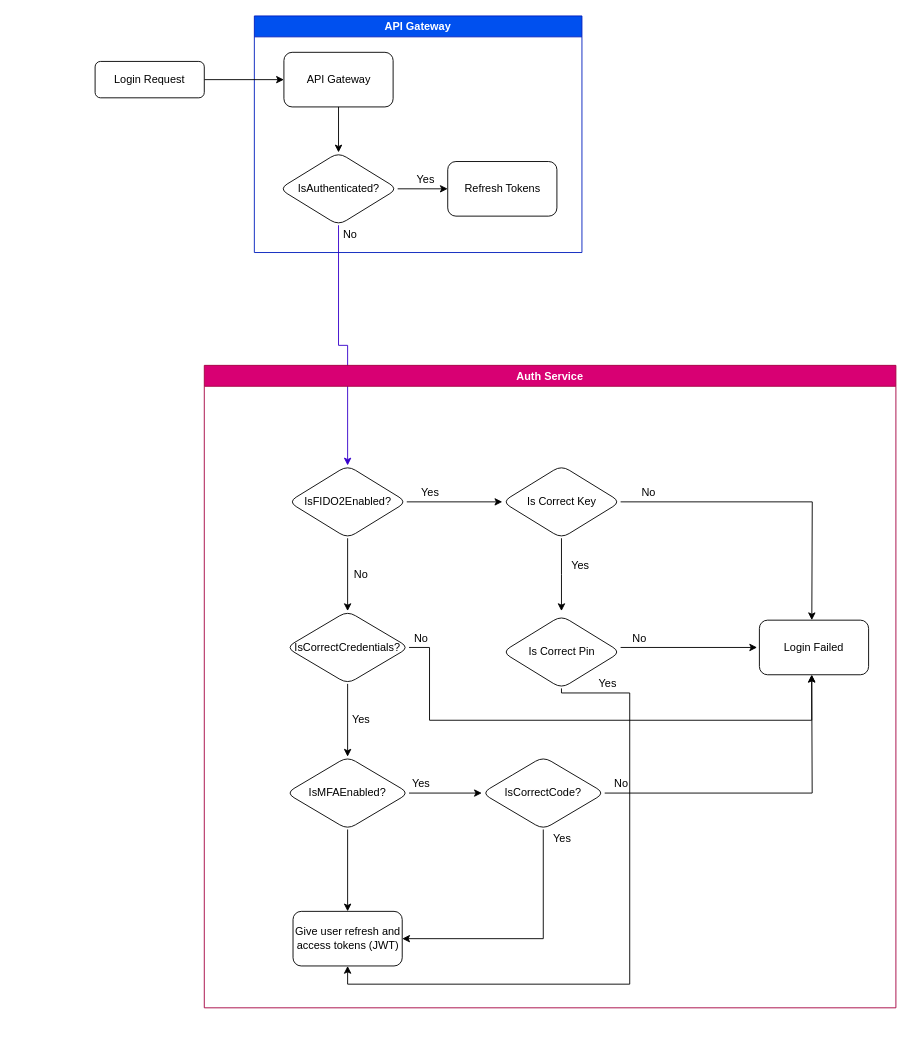
Before: login-flow.drawio in rittaschool/diagrams, a draw.io diagram. Source tidied: cells renumbered, new cells numbered last; positions are measured from the earlier drawing's top-left corner, leaving out a move shared by most shapes. Both pictures are drawn from the tidied source at 91%, with x=0, y=0 at pixel (95, 15).
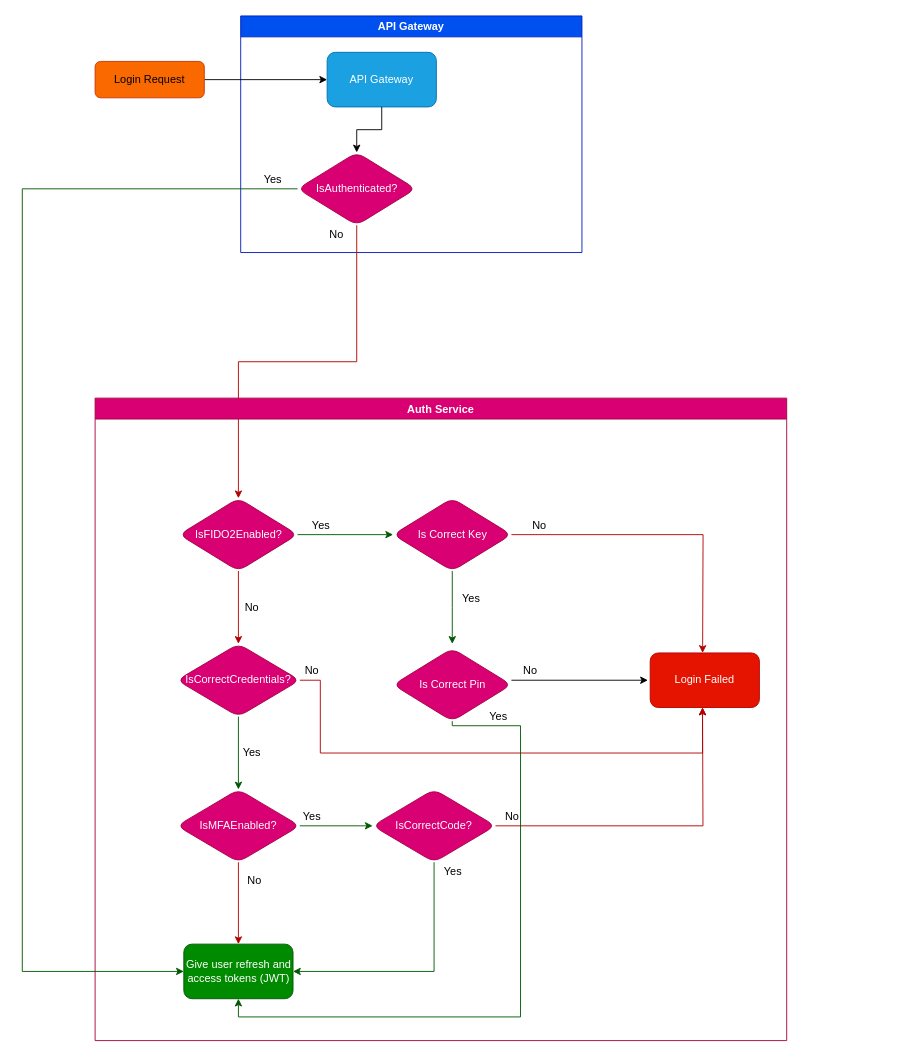
The same diagram, later.

Commit message:
Add color coding to login-flow

Change to the diagram source:
```diff
@@
     <mxCell id="2" value="API Gateway" style="swimlane;fillColor=#0050ef;strokeColor=#001DBC;strokeWidth=1;perimeterSpacing=0;labelBackgroundColor=none;shadow=0;rounded=0;startSize=23;fontColor=#ffffff;" parent="1" vertex="1">
-      <mxGeometry x="175" width="360" height="260" as="geometry" />
+      <mxGeometry x="160" width="375" height="260" as="geometry" />
     </mxCell>
-    <mxCell id="3" value="API Gateway" style="rounded=1;whiteSpace=wrap;html=1;" parent="2" vertex="1">
-      <mxGeometry x="32.5" y="40" width="120" height="60" as="geometry" />
+    <mxCell id="3" value="API Gateway" style="rounded=1;whiteSpace=wrap;html=1;fillColor=#1ba1e2;fontColor=#ffffff;strokeColor=#006EAF;" parent="2" vertex="1">
+      <mxGeometry x="95" y="40" width="120" height="60" as="geometry" />
     </mxCell>
-    <mxCell id="4" value="IsAuthenticated?" style="rhombus;whiteSpace=wrap;html=1;rounded=1;" parent="2" vertex="1">
-      <mxGeometry x="27.5" y="150" width="130" height="80" as="geometry" />
+    <mxCell id="4" value="IsAuthenticated?" style="rhombus;whiteSpace=wrap;html=1;rounded=1;fillColor=#d80073;fontColor=#ffffff;strokeColor=#A50040;" parent="2" vertex="1">
+      <mxGeometry x="62.5" y="150" width="130" height="80" as="geometry" />
     </mxCell>
@@
+    <mxCell id="9" value="No" style="text;html=1;align=center;verticalAlign=middle;strokeColor=none;fillColor=none;" parent="2" vertex="1">
+      <mxGeometry x="90" y="230" width="30" height="20" as="geometry" />
+    </mxCell>
     <mxCell id="6" value="Yes" style="text;html=1;align=center;verticalAlign=middle;strokeColor=none;fillColor=none;" parent="2" vertex="1">
-      <mxGeometry x="172.5" y="170" width="30" height="20" as="geometry" />
+      <mxGeometry x="20" y="170" width="30" height="20" as="geometry" />
     </mxCell>
-    <mxCell id="7" value="Refresh Tokens" style="whiteSpace=wrap;html=1;rounded=1;" parent="2" vertex="1">
-      <mxGeometry x="212.5" y="160" width="120" height="60" as="geometry" />
-    </mxCell>
-    <mxCell id="8" style="edgeStyle=orthogonalEdgeStyle;rounded=0;jettySize=auto;html=1;" parent="2" edge="1" source="4" target="7">
-      <mxGeometry relative="1" as="geometry" />
-    </mxCell>
-    <mxCell id="9" value="No" style="text;html=1;align=center;verticalAlign=middle;strokeColor=none;fillColor=none;" parent="2" vertex="1">
-      <mxGeometry x="90" y="230" width="30" height="20" as="geometry" />
-    </mxCell>
@@
-    <mxCell id="11" value="Login Request" style="rounded=1;whiteSpace=wrap;html=1;fontSize=12;glass=0;strokeWidth=1;shadow=0;" parent="1" vertex="1">
+    <mxCell id="11" value="Login Request" style="rounded=1;whiteSpace=wrap;html=1;fontSize=12;glass=0;strokeWidth=1;shadow=0;fillColor=#fa6800;fontColor=#000000;strokeColor=#C73500;" parent="1" vertex="1">
       <mxGeometry y="50" width="120" height="40" as="geometry" />
     </mxCell>
-    <mxCell id="12" style="edgeStyle=orthogonalEdgeStyle;rounded=0;jettySize=auto;html=1;fillColor=#6a00ff;strokeColor=#3700CC;" parent="1" edge="1" source="4" target="14">
+    <mxCell id="12" style="edgeStyle=orthogonalEdgeStyle;rounded=0;jettySize=auto;html=1;fillColor=#e51400;strokeColor=#B20000;" parent="1" edge="1" source="4" target="14">
       <mxGeometry relative="1" as="geometry" />
     </mxCell>
     <mxCell id="13" value="Auth Service" style="swimlane;rounded=0;shadow=0;labelBackgroundColor=none;strokeWidth=1;fillColor=#d80073;fontColor=#ffffff;strokeColor=#A50040;" parent="1" vertex="1">
-      <mxGeometry x="120" y="384" width="760" height="706" as="geometry" />
+      <mxGeometry y="420" width="760" height="706" as="geometry" />
     </mxCell>
-    <mxCell id="14" value="IsFIDO2Enabled?" style="rhombus;whiteSpace=wrap;html=1;rounded=1;" parent="13" vertex="1">
+    <mxCell id="14" value="IsFIDO2Enabled?" style="rhombus;whiteSpace=wrap;html=1;rounded=1;fillColor=#d80073;fontColor=#ffffff;strokeColor=#A50040;" parent="13" vertex="1">
       <mxGeometry x="92.5" y="110" width="130" height="80" as="geometry" />
     </mxCell>
@@
-    <mxCell id="16" style="edgeStyle=orthogonalEdgeStyle;rounded=0;jettySize=auto;html=1;" parent="13" edge="1" source="18">
+    <mxCell id="16" style="edgeStyle=orthogonalEdgeStyle;rounded=0;jettySize=auto;html=1;fillColor=#e51400;strokeColor=#B20000;" parent="13" edge="1" source="18">
       <mxGeometry relative="1" as="geometry">
         <mxPoint x="667.6" y="280" as="targetPoint" />
       </mxGeometry>
     </mxCell>
-    <mxCell id="17" style="edgeStyle=orthogonalEdgeStyle;rounded=0;jettySize=auto;html=1;" parent="13" edge="1" source="18">
+    <mxCell id="17" style="edgeStyle=orthogonalEdgeStyle;rounded=0;jettySize=auto;html=1;fillColor=#008a00;strokeColor=#005700;" parent="13" edge="1" source="18">
       <mxGeometry relative="1" as="geometry">
         <mxPoint x="392.5" y="270" as="targetPoint" />
       </mxGeometry>
     </mxCell>
-    <mxCell id="18" value="Is Correct Key" style="rhombus;whiteSpace=wrap;html=1;rounded=1;" parent="13" vertex="1">
+    <mxCell id="18" value="Is Correct Key" style="rhombus;whiteSpace=wrap;html=1;rounded=1;fillColor=#d80073;fontColor=#ffffff;strokeColor=#A50040;" parent="13" vertex="1">
       <mxGeometry x="327.5" y="110" width="130" height="80" as="geometry" />
     </mxCell>
-    <mxCell id="19" style="edgeStyle=orthogonalEdgeStyle;rounded=0;jettySize=auto;html=1;exitX=1;exitY=0.5;exitDx=0;exitDy=0;entryX=0;entryY=0.5;entryDx=0;entryDy=0;" parent="13" edge="1" source="14" target="18">
+    <mxCell id="19" style="edgeStyle=orthogonalEdgeStyle;rounded=0;jettySize=auto;html=1;exitX=1;exitY=0.5;exitDx=0;exitDy=0;entryX=0;entryY=0.5;entryDx=0;entryDy=0;fillColor=#008a00;strokeColor=#005700;" parent="13" edge="1" source="14" target="18">
       <mxGeometry relative="1" as="geometry" />
     </mxCell>
@@
-    <mxCell id="22" value="Is Correct Pin" style="rhombus;whiteSpace=wrap;html=1;rounded=1;" parent="13" vertex="1">
+    <mxCell id="22" value="Is Correct Pin" style="rhombus;whiteSpace=wrap;html=1;rounded=1;fillColor=#d80073;fontColor=#ffffff;strokeColor=#A50040;" parent="13" vertex="1">
       <mxGeometry x="327.5" y="275" width="130" height="80" as="geometry" />
     </mxCell>
@@
-    <mxCell id="25" style="edgeStyle=orthogonalEdgeStyle;rounded=0;jettySize=auto;html=1;exitX=1;exitY=0.5;exitDx=0;exitDy=0;entryX=0.5;entryY=1;entryDx=0;entryDy=0;" parent="13" edge="1" source="26">
+    <mxCell id="25" style="edgeStyle=orthogonalEdgeStyle;rounded=0;jettySize=auto;html=1;exitX=1;exitY=0.5;exitDx=0;exitDy=0;entryX=0.5;entryY=1;entryDx=0;entryDy=0;fillColor=#e51400;strokeColor=#B20000;" parent="13" edge="1" source="26">
       <mxGeometry relative="1" as="geometry">
         <mxPoint x="667.5" y="340" as="targetPoint" />
         <Array as="points">
           <mxPoint x="247.5" y="310" />
           <mxPoint x="247.5" y="390" />
           <mxPoint x="667.5" y="390" />
         </Array>
       </mxGeometry>
     </mxCell>
-    <mxCell id="26" value="IsCorrectCredentials?" style="rhombus;whiteSpace=wrap;html=1;rounded=1;" parent="13" vertex="1">
+    <mxCell id="26" value="IsCorrectCredentials?" style="rhombus;whiteSpace=wrap;html=1;rounded=1;fillColor=#d80073;fontColor=#ffffff;strokeColor=#A50040;" parent="13" vertex="1">
       <mxGeometry x="90" y="270" width="135" height="80" as="geometry" />
     </mxCell>
-    <mxCell id="27" style="edgeStyle=orthogonalEdgeStyle;rounded=0;jettySize=auto;html=1;" parent="13" edge="1" source="14" target="26">
+    <mxCell id="27" style="edgeStyle=orthogonalEdgeStyle;rounded=0;jettySize=auto;html=1;fillColor=#e51400;strokeColor=#B20000;" parent="13" edge="1" source="14" target="26">
       <mxGeometry relative="1" as="geometry" />
     </mxCell>
@@
-    <mxCell id="30" value="IsMFAEnabled?" style="rhombus;whiteSpace=wrap;html=1;rounded=1;" parent="13" vertex="1">
+    <mxCell id="30" value="IsMFAEnabled?" style="rhombus;whiteSpace=wrap;html=1;rounded=1;fillColor=#d80073;fontColor=#ffffff;strokeColor=#A50040;" parent="13" vertex="1">
       <mxGeometry x="90" y="430" width="135" height="80" as="geometry" />
     </mxCell>
-    <mxCell id="31" style="edgeStyle=orthogonalEdgeStyle;rounded=0;jettySize=auto;html=1;" parent="13" edge="1" source="26" target="30">
+    <mxCell id="31" style="edgeStyle=orthogonalEdgeStyle;rounded=0;jettySize=auto;html=1;fillColor=#008a00;strokeColor=#005700;" parent="13" edge="1" source="26" target="30">
       <mxGeometry relative="1" as="geometry" />
     </mxCell>
@@
-    <mxCell id="33" style="edgeStyle=orthogonalEdgeStyle;rounded=0;jettySize=auto;html=1;exitX=1;exitY=0.5;exitDx=0;exitDy=0;entryX=0.5;entryY=1;entryDx=0;entryDy=0;" parent="13" edge="1" source="34">
+    <mxCell id="33" style="edgeStyle=orthogonalEdgeStyle;rounded=0;jettySize=auto;html=1;exitX=1;exitY=0.5;exitDx=0;exitDy=0;entryX=0.5;entryY=1;entryDx=0;entryDy=0;fillColor=#e51400;strokeColor=#B20000;" parent="13" edge="1" source="34">
       <mxGeometry relative="1" as="geometry">
         <mxPoint x="667.5" y="340" as="targetPoint" />
       </mxGeometry>
     </mxCell>
-    <mxCell id="34" value="IsCorrectCode?" style="rhombus;whiteSpace=wrap;html=1;rounded=1;" parent="13" vertex="1">
+    <mxCell id="34" value="IsCorrectCode?" style="rhombus;whiteSpace=wrap;html=1;rounded=1;fillColor=#d80073;fontColor=#ffffff;strokeColor=#A50040;" parent="13" vertex="1">
       <mxGeometry x="305" y="430" width="135" height="80" as="geometry" />
     </mxCell>
-    <mxCell id="35" style="edgeStyle=orthogonalEdgeStyle;rounded=0;jettySize=auto;html=1;" parent="13" edge="1" source="30" target="34">
+    <mxCell id="35" style="edgeStyle=orthogonalEdgeStyle;rounded=0;jettySize=auto;html=1;fillColor=#008a00;strokeColor=#005700;" parent="13" edge="1" source="30" target="34">
       <mxGeometry relative="1" as="geometry" />
     </mxCell>
@@
-    <mxCell id="38" value="Give user refresh and access tokens (JWT)" style="whiteSpace=wrap;html=1;rounded=1;" parent="13" vertex="1">
+    <mxCell id="38" value="Give user refresh and access tokens (JWT)" style="whiteSpace=wrap;html=1;rounded=1;fillColor=#008a00;fontColor=#ffffff;strokeColor=#005700;" parent="13" vertex="1">
       <mxGeometry x="97.5" y="600" width="120" height="60" as="geometry" />
     </mxCell>
-    <mxCell id="39" style="edgeStyle=orthogonalEdgeStyle;rounded=0;jettySize=auto;html=1;exitX=0.5;exitY=1;exitDx=0;exitDy=0;entryX=0.5;entryY=1;entryDx=0;entryDy=0;" parent="13" edge="1" source="22" target="38">
+    <mxCell id="39" style="edgeStyle=orthogonalEdgeStyle;rounded=0;jettySize=auto;html=1;exitX=0.5;exitY=1;exitDx=0;exitDy=0;entryX=0.5;entryY=1;entryDx=0;entryDy=0;fillColor=#008a00;strokeColor=#005700;" parent="13" edge="1" source="22" target="38">
       <mxGeometry relative="1" as="geometry">
         <Array as="points">
           <mxPoint x="392.5" y="360" />
           <mxPoint x="467.5" y="360" />
           <mxPoint x="467.5" y="680" />
           <mxPoint x="157.5" y="680" />
         </Array>
       </mxGeometry>
     </mxCell>
-    <mxCell id="40" style="edgeStyle=orthogonalEdgeStyle;rounded=0;jettySize=auto;html=1;" parent="13" edge="1" source="30" target="38">
+    <mxCell id="40" style="edgeStyle=orthogonalEdgeStyle;rounded=0;jettySize=auto;html=1;fillColor=#e51400;strokeColor=#B20000;" parent="13" edge="1" source="30" target="38">
       <mxGeometry relative="1" as="geometry" />
     </mxCell>
-    <mxCell id="41" style="edgeStyle=orthogonalEdgeStyle;rounded=0;jettySize=auto;html=1;entryX=1;entryY=0.5;entryDx=0;entryDy=0;" parent="13" edge="1" source="34" target="38">
+    <mxCell id="41" style="edgeStyle=orthogonalEdgeStyle;rounded=0;jettySize=auto;html=1;entryX=1;entryY=0.5;entryDx=0;entryDy=0;fillColor=#008a00;strokeColor=#005700;" parent="13" edge="1" source="34" target="38">
       <mxGeometry relative="1" as="geometry">
         <Array as="points">
           <mxPoint x="372.5" y="630" />
         </Array>
       </mxGeometry>
     </mxCell>
@@
-    <mxCell id="44" value="Login Failed" style="whiteSpace=wrap;html=1;rounded=1;" parent="13" vertex="1">
+    <mxCell id="44" value="Login Failed" style="whiteSpace=wrap;html=1;rounded=1;fillColor=#e51400;fontColor=#ffffff;strokeColor=#B20000;" parent="13" vertex="1">
       <mxGeometry x="610" y="280" width="120" height="60" as="geometry" />
     </mxCell>
+    <mxCell id="45" value="No" style="text;html=1;align=center;verticalAlign=middle;strokeColor=none;fillColor=none;" parent="13" vertex="1">
+      <mxGeometry x="160" y="520" width="30" height="20" as="geometry" />
+    </mxCell>
+    <mxCell id="46" style="edgeStyle=orthogonalEdgeStyle;rounded=0;jettySize=auto;html=1;exitX=0;exitY=0.5;exitDx=0;exitDy=0;strokeWidth=1;fillColor=#008a00;strokeColor=#005700;" parent="1" edge="1" source="4" target="38">
+      <mxGeometry relative="1" as="geometry">
+        <Array as="points">
+          <mxPoint x="-80" y="190" />
+          <mxPoint x="-80" y="1050" />
+        </Array>
+      </mxGeometry>
+    </mxCell>
```
